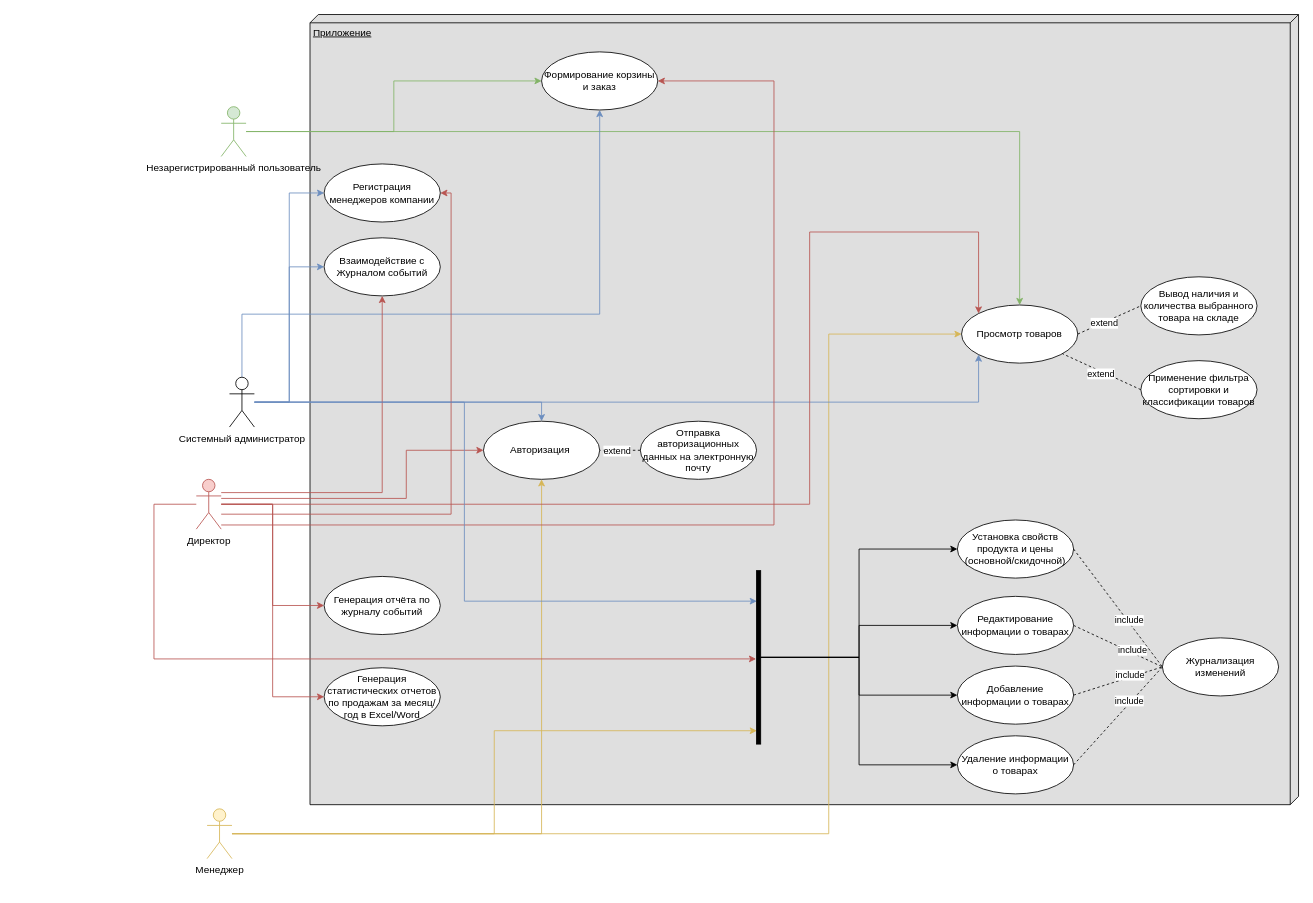
Before: Диаграмма прецедентов.drawio in TYom4ikk/GardenShop-Management-System, a draw.io diagram. Source tidied: cells renumbered, new cells numbered last; positions are measured from the earlier drawing's top-left corner, leaving out a move shared by most shapes. Both pictures are drawn from the tidied source at 83%, with x=0, y=0 at pixel (154, 14).
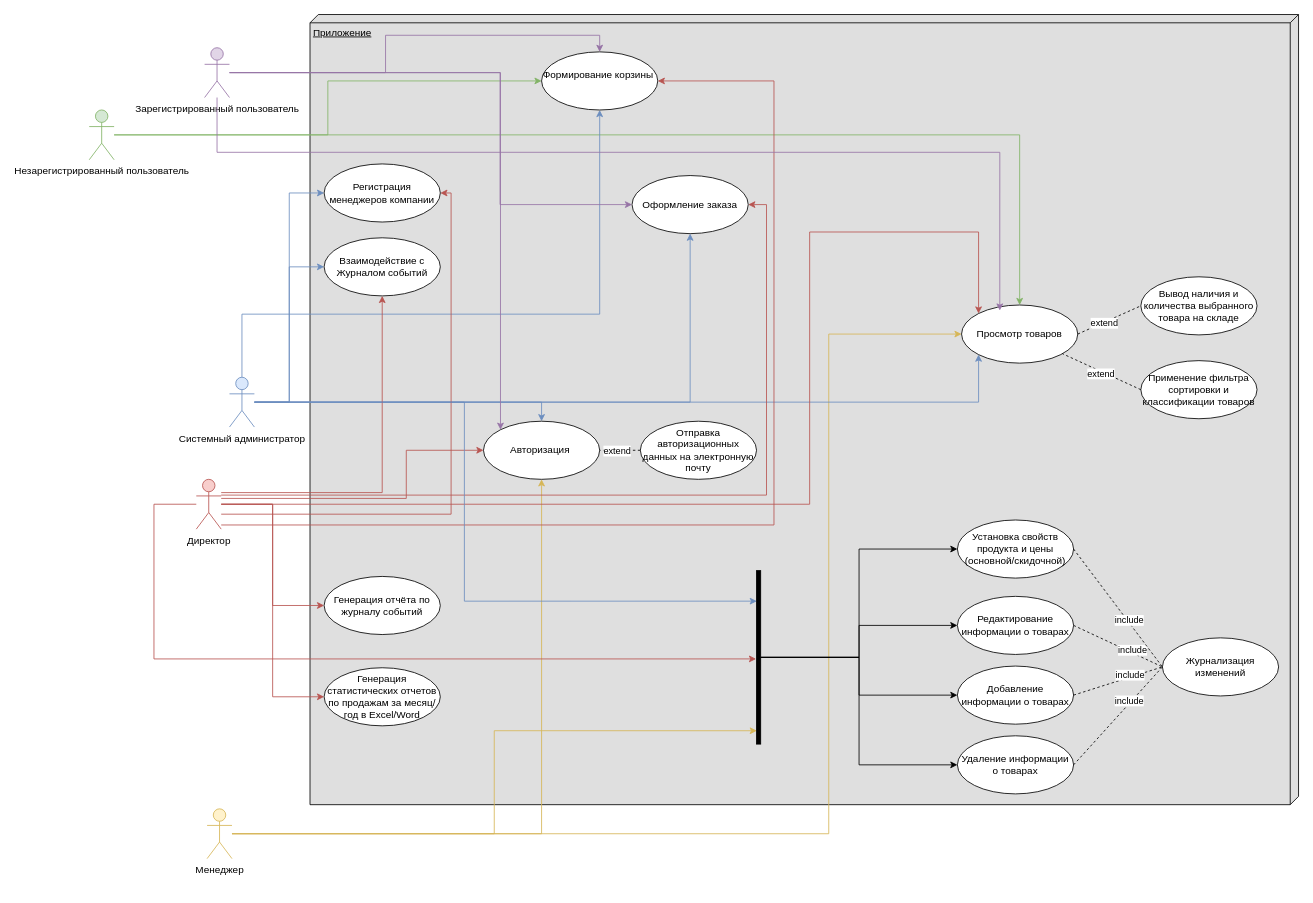
The same page after the edit.

The change refers to these unchanged cells:
```xml
<mxCell id="15" value="Просмотр товаров" style="ellipse;whiteSpace=wrap;html=1;" parent="1" vertex="1">
  <mxGeometry x="973" y="350" width="140" height="70" as="geometry" />
</mxCell>
<mxCell id="30" value="Авторизация&amp;nbsp;" style="ellipse;whiteSpace=wrap;html=1;" parent="1" vertex="1">
  <mxGeometry x="397" y="490" width="140" height="70" as="geometry" />
</mxCell>
<mxCell id="39" value="Директор&lt;div&gt;&lt;br&gt;&lt;/div&gt;" style="shape=umlActor;verticalLabelPosition=bottom;verticalAlign=top;html=1;outlineConnect=0;fillColor=#f8cecc;strokeColor=#b85450;" parent="1" vertex="1">
  <mxGeometry x="51" y="560" width="30" height="60" as="geometry" />
</mxCell>
```

Change to the diagram source:
```diff
@@
     <mxCell id="5" value="Незарегистрированный пользователь" style="shape=umlActor;verticalLabelPosition=bottom;verticalAlign=top;html=1;outlineConnect=0;fillColor=#d5e8d4;strokeColor=#82b366;" parent="1" vertex="1">
-      <mxGeometry x="81" y="111" width="30" height="60" as="geometry" />
+      <mxGeometry x="-78" y="115" width="30" height="60" as="geometry" />
     </mxCell>
@@
+    <mxCell id="60" style="edgeStyle=orthogonalEdgeStyle;rounded=0;jettySize=auto;html=1;entryX=0.5;entryY=1;entryDx=0;entryDy=0;fillColor=#dae8fc;strokeColor=#6c8ebf;" parent="1" edge="1" source="14" target="62">
+      <mxGeometry relative="1" as="geometry" />
+    </mxCell>
-    <mxCell id="14" value="Системный администратор&lt;div&gt;&lt;br&gt;&lt;/div&gt;" style="shape=umlActor;verticalLabelPosition=bottom;verticalAlign=top;html=1;outlineConnect=0;" parent="1" vertex="1">
+    <mxCell id="14" value="Системный администратор&lt;div&gt;&lt;br&gt;&lt;/div&gt;" style="shape=umlActor;verticalLabelPosition=bottom;verticalAlign=top;html=1;outlineConnect=0;fillColor=#dae8fc;strokeColor=#6c8ebf;" parent="1" vertex="1">
       <mxGeometry x="91" y="437" width="30" height="60" as="geometry" />
     </mxCell>
@@
-    <mxCell id="16" value="Формирование корзины и заказ" style="ellipse;whiteSpace=wrap;html=1;" parent="1" vertex="1">
+    <mxCell id="16" value="Формирование корзины&amp;nbsp;&lt;div&gt;&lt;br&gt;&lt;/div&gt;" style="ellipse;whiteSpace=wrap;html=1;" parent="1" vertex="1">
       <mxGeometry x="467" y="45" width="140" height="70" as="geometry" />
     </mxCell>
@@
+    <mxCell id="61" style="edgeStyle=orthogonalEdgeStyle;rounded=0;jettySize=auto;html=1;entryX=1;entryY=0.5;entryDx=0;entryDy=0;fillColor=#f8cecc;strokeColor=#b85450;" parent="1" edge="1" source="39" target="62">
+      <mxGeometry relative="1" as="geometry">
+        <Array as="points">
+          <mxPoint x="738" y="579" />
+          <mxPoint x="738" y="229" />
+        </Array>
+      </mxGeometry>
+    </mxCell>
@@
+    <mxCell id="62" value="Оформление заказа" style="ellipse;whiteSpace=wrap;html=1;" parent="1" vertex="1">
+      <mxGeometry x="576" y="194" width="140" height="70" as="geometry" />
+    </mxCell>
+    <mxCell id="63" style="edgeStyle=orthogonalEdgeStyle;rounded=0;jettySize=auto;html=1;entryX=0.5;entryY=0;entryDx=0;entryDy=0;fillColor=#e1d5e7;strokeColor=#9673a6;" parent="1" edge="1" source="66" target="16">
+      <mxGeometry relative="1" as="geometry" />
+    </mxCell>
+    <mxCell id="64" style="edgeStyle=orthogonalEdgeStyle;rounded=0;jettySize=auto;html=1;entryX=0;entryY=0;entryDx=0;entryDy=0;fillColor=#e1d5e7;strokeColor=#9673a6;" parent="1" edge="1" source="66" target="30">
+      <mxGeometry relative="1" as="geometry" />
+    </mxCell>
+    <mxCell id="65" style="edgeStyle=orthogonalEdgeStyle;rounded=0;jettySize=auto;html=1;entryX=0;entryY=0.5;entryDx=0;entryDy=0;fillColor=#e1d5e7;strokeColor=#9673a6;" parent="1" edge="1" source="66" target="62">
+      <mxGeometry relative="1" as="geometry">
+        <Array as="points">
+          <mxPoint x="417" y="70" />
+          <mxPoint x="417" y="229" />
+        </Array>
+      </mxGeometry>
+    </mxCell>
+    <mxCell id="66" value="Зарегистрированный пользователь" style="shape=umlActor;verticalLabelPosition=bottom;verticalAlign=top;html=1;outlineConnect=0;fillColor=#e1d5e7;strokeColor=#9673a6;" parent="1" vertex="1">
+      <mxGeometry x="61" y="40" width="30" height="60" as="geometry" />
+    </mxCell>
+    <mxCell id="67" style="edgeStyle=orthogonalEdgeStyle;rounded=0;jettySize=auto;html=1;entryX=0.329;entryY=0.095;entryDx=0;entryDy=0;entryPerimeter=0;fillColor=#e1d5e7;strokeColor=#9673a6;" parent="1" edge="1" source="66" target="15">
+      <mxGeometry relative="1" as="geometry">
+        <Array as="points">
+          <mxPoint x="76" y="166" />
+          <mxPoint x="1019" y="166" />
+        </Array>
+      </mxGeometry>
+    </mxCell>
```
